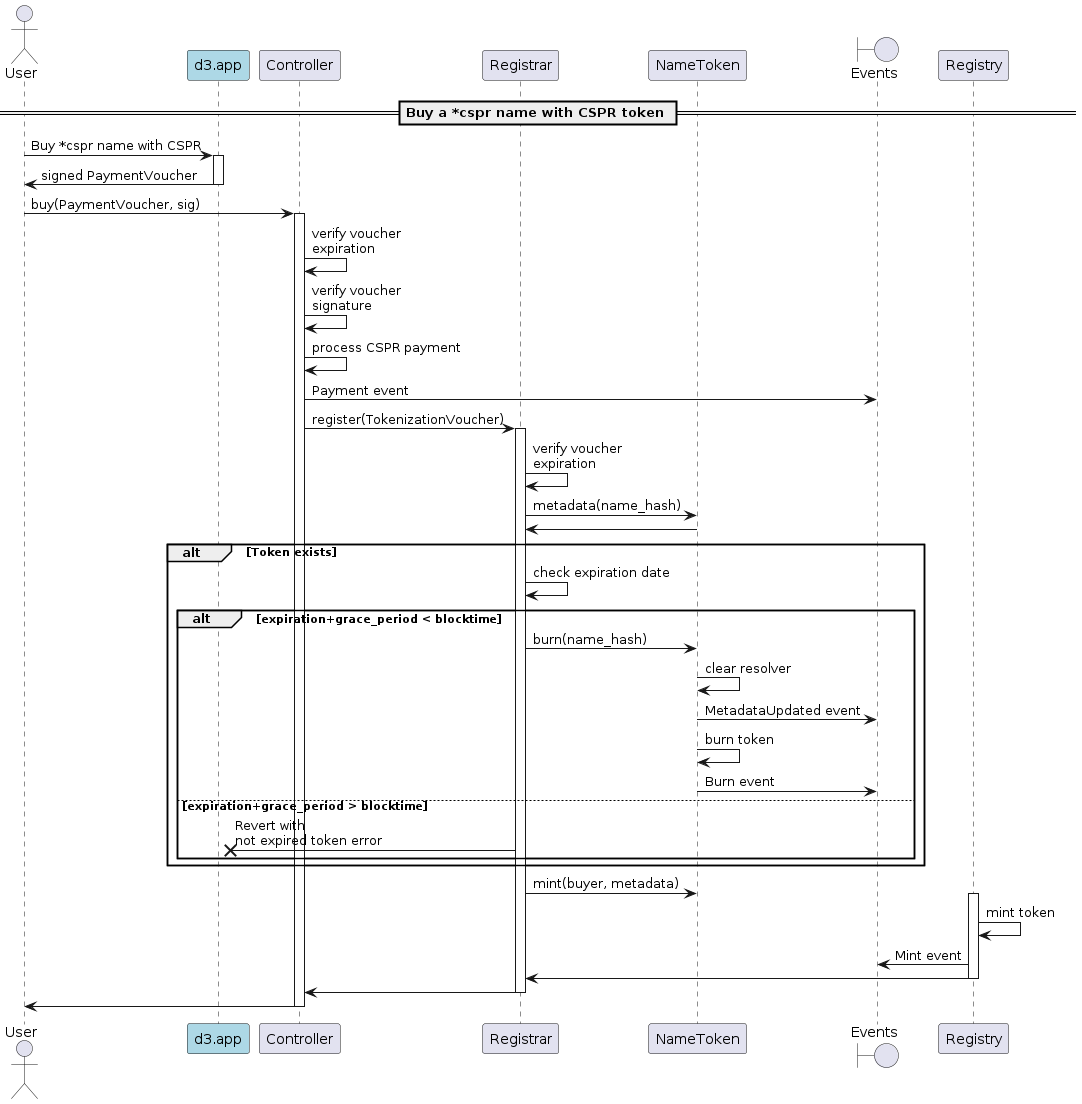
Earlier version of the PlantUML export docs/sequence-diagrams/puml/onchain-purchase.png (make-software/cspr-name-contracts).
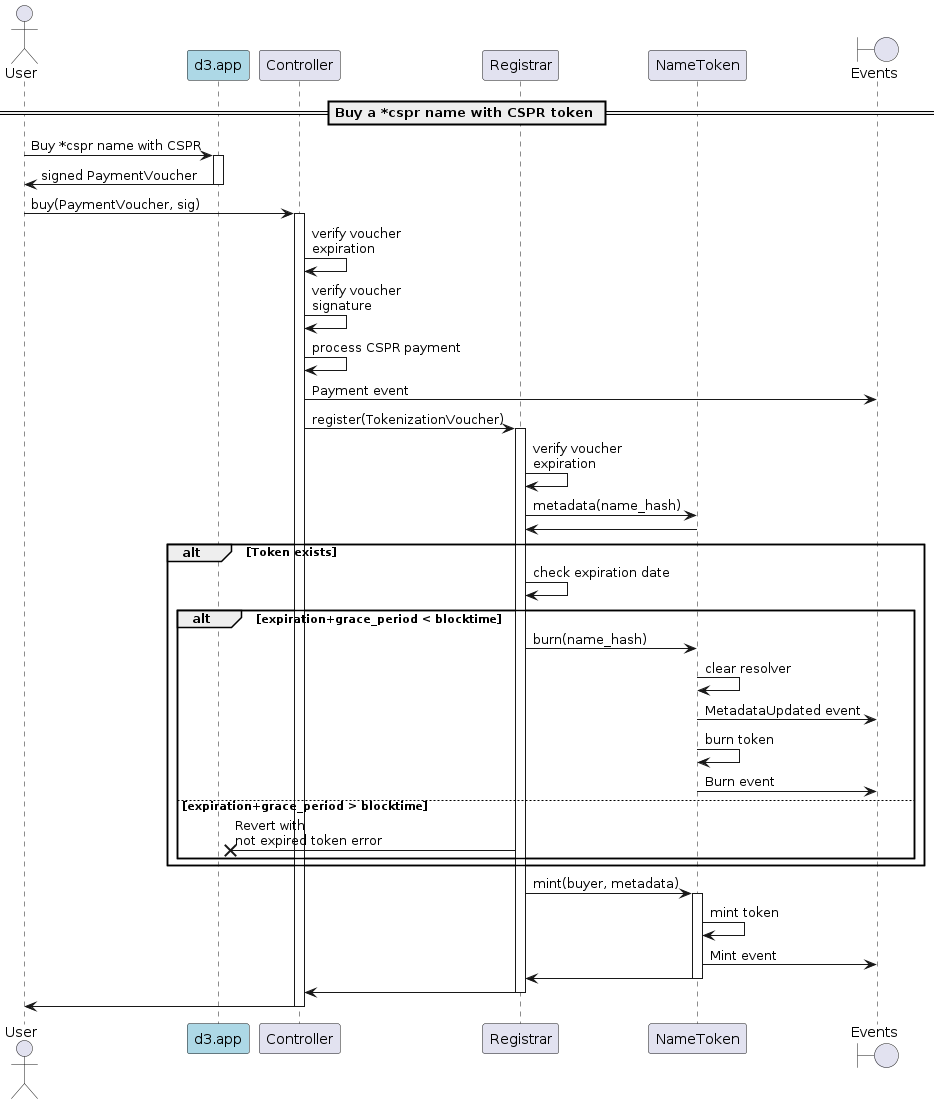
Later version of the same file.

Change to the diagram source:
```diff
@@ -38,11 +38,11 @@
     end
 end
 Registrar -> NameToken: mint(buyer, metadata)
-activate Registry
-Registry -> Registry: mint token
-Registry -> "Events": Mint event
-Registry -> Registrar
-deactivate Registry
+activate NameToken
+NameToken -> NameToken: mint token
+NameToken -> "Events": Mint event
+NameToken -> Registrar
+deactivate NameToken
 Registrar -> Controller
 deactivate Registrar
 Controller -> User
```
